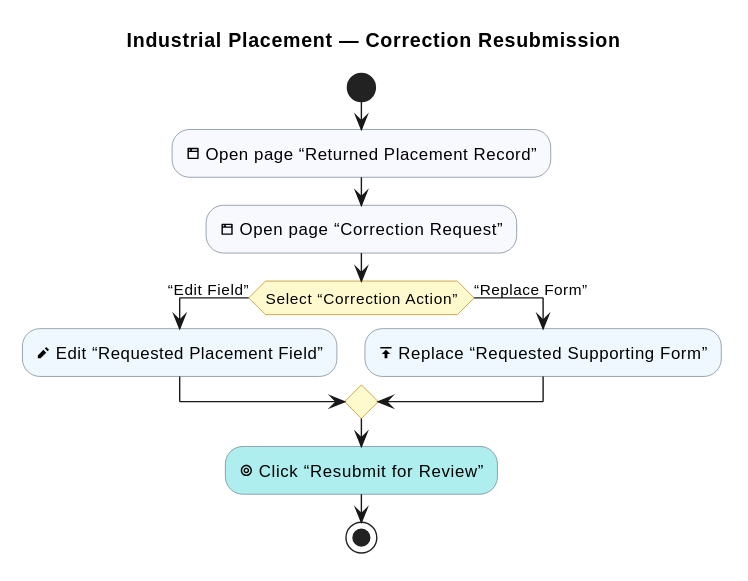
sdflkjssl/sdflkjssl.github.io keeps this PlantUML diagram as industrial-placement-group-project/diagrams/industrial-placement/correction-resubmission.svg. Above is the earlier version.
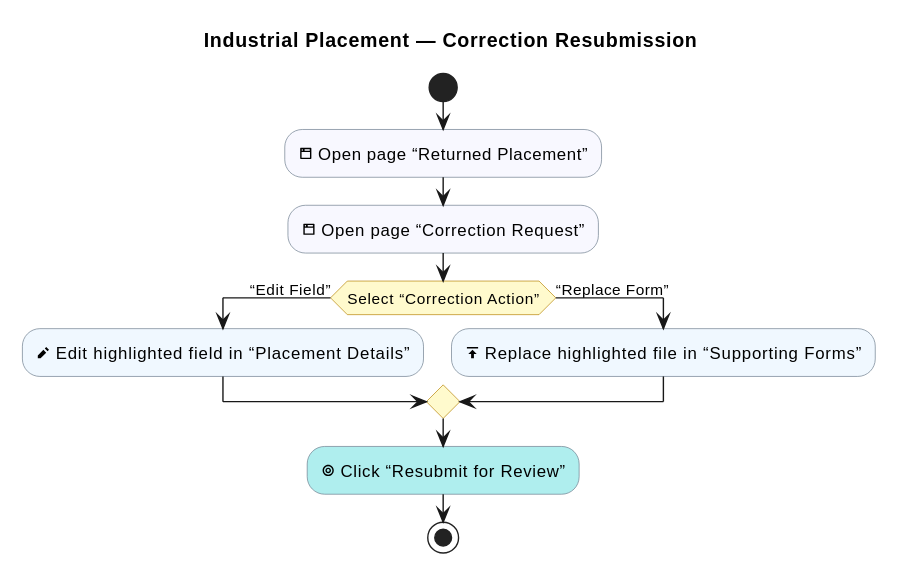
Above is the later version.

What changed in the source:
```diff
@@ -10,12 +10,12 @@
 |Student|
 
 start
-:<&browser> Open page “Returned Placement Record”; <<#GhostWhite>>
+:<&browser> Open page “Returned Placement”; <<#GhostWhite>>
 :<&browser> Open page “Correction Request”; <<#GhostWhite>>
 if (Select “Correction Action”) then (“Edit Field”)
-  :<&pencil> Edit “Requested Placement Field”; <<#AliceBlue>>
+  :<&pencil> Edit highlighted field in “Placement Details”; <<#AliceBlue>>
 else (“Replace Form”)
-  :<&data-transfer-upload> Replace “Requested Supporting Form”; <<#AliceBlue>>
+  :<&data-transfer-upload> Replace highlighted file in “Supporting Forms”; <<#AliceBlue>>
 endif
 :<&target> Click “Resubmit for Review”; <<#PaleTurquoise>>
 stop
```
